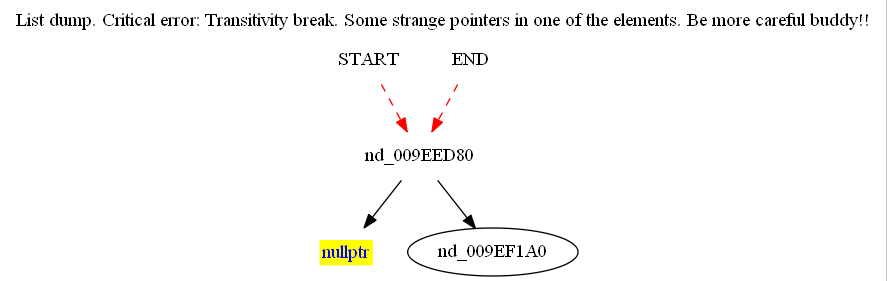
ioannco/lsp-interpreter keeps this Graphviz diagram as Unbreakable List/graph.dot.gd.cairo.png. Above is the earlier version. Its source is kept beside it as Unbreakable List/graph.dot.
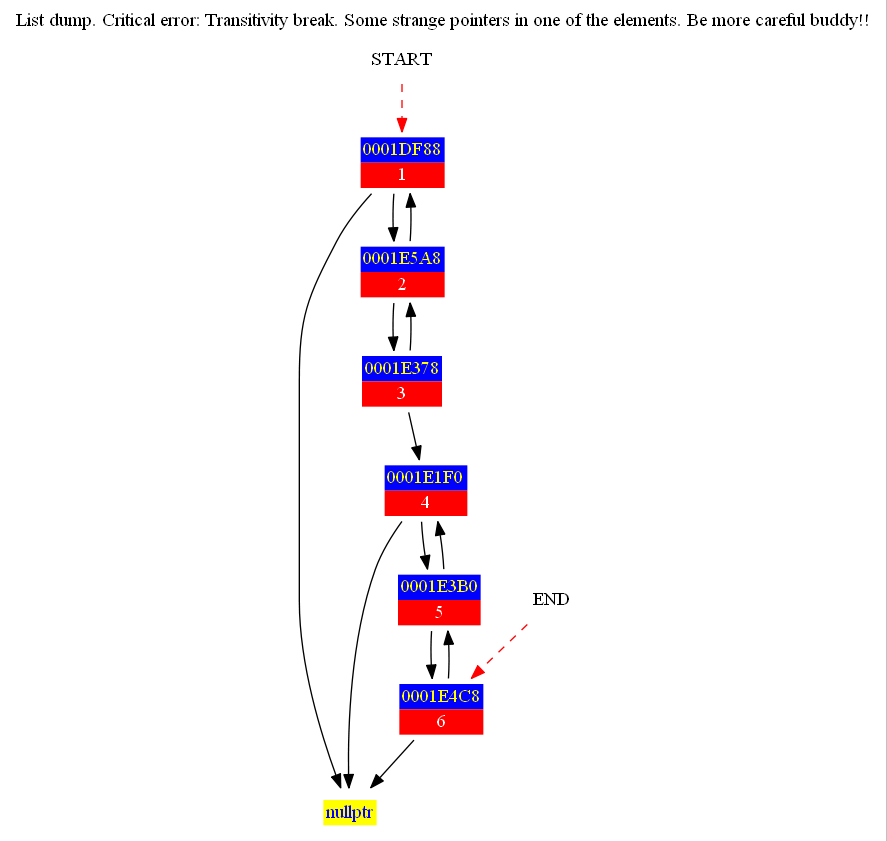
After the commit.

Diff of the diagram source:
```diff
@@ -3,13 +3,33 @@
 	labelloc = "t";
 	START [shape=plaintext label="START"];
 	END [shape=plaintext label="END"];
-	START -> nd_009EED80 [style=dashed color=red];
-	END -> nd_009EED80  [style=dashed color=red];
+	START -> nd_0001DF88 [style=dashed color=red];
+	END -> nd_0001E4C8  [style=dashed color=red];
 
 	nd_00000000 [shape = plaintext label=<<table border="0" cellborder="0" cellspacing="0"><tr><td bgcolor="yellow"><font color="blue">nullptr</font></td></tr></table>>];
 
-	nd_009EED80 [shape = plaintext label=<<table border="0" cellborder="0" cellspacing="0"><tr><td bgcolor="blue"><font color="yellow">009EED80</font></td></tr><tr><td bgcolor="red"><font color="white"></font></td></tr></table>>];
-	nd_009EED80->nd_009EF1A0;
-	nd_009EED80->nd_00000000;
+	nd_0001DF88 [shape = plaintext label=<<table border="0" cellborder="0" cellspacing="0"><tr><td bgcolor="blue"><font color="yellow">0001DF88</font></td></tr><tr><td bgcolor="red"><font color="white">1</font></td></tr></table>>];
+	nd_0001DF88->nd_00000000;
+	nd_0001DF88->nd_0001E5A8;
+
+	nd_0001E5A8 [shape = plaintext label=<<table border="0" cellborder="0" cellspacing="0"><tr><td bgcolor="blue"><font color="yellow">0001E5A8</font></td></tr><tr><td bgcolor="red"><font color="white">2</font></td></tr></table>>];
+	nd_0001E5A8->nd_0001DF88;
+	nd_0001E5A8->nd_0001E378;
+
+	nd_0001E378 [shape = plaintext label=<<table border="0" cellborder="0" cellspacing="0"><tr><td bgcolor="blue"><font color="yellow">0001E378</font></td></tr><tr><td bgcolor="red"><font color="white">3</font></td></tr></table>>];
+	nd_0001E378->nd_0001E5A8;
+	nd_0001E378->nd_0001E1F0;
+
+	nd_0001E1F0 [shape = plaintext label=<<table border="0" cellborder="0" cellspacing="0"><tr><td bgcolor="blue"><font color="yellow">0001E1F0</font></td></tr><tr><td bgcolor="red"><font color="white">4</font></td></tr></table>>];
+	nd_0001E1F0->nd_00000000;
+	nd_0001E1F0->nd_0001E3B0;
+
+	nd_0001E3B0 [shape = plaintext label=<<table border="0" cellborder="0" cellspacing="0"><tr><td bgcolor="blue"><font color="yellow">0001E3B0</font></td></tr><tr><td bgcolor="red"><font color="white">5</font></td></tr></table>>];
+	nd_0001E3B0->nd_0001E1F0;
+	nd_0001E3B0->nd_0001E4C8;
+
+	nd_0001E4C8 [shape = plaintext label=<<table border="0" cellborder="0" cellspacing="0"><tr><td bgcolor="blue"><font color="yellow">0001E4C8</font></td></tr><tr><td bgcolor="red"><font color="white">6</font></td></tr></table>>];
+	nd_0001E4C8->nd_0001E3B0;
+	nd_0001E4C8->nd_00000000;
 
 }
```
